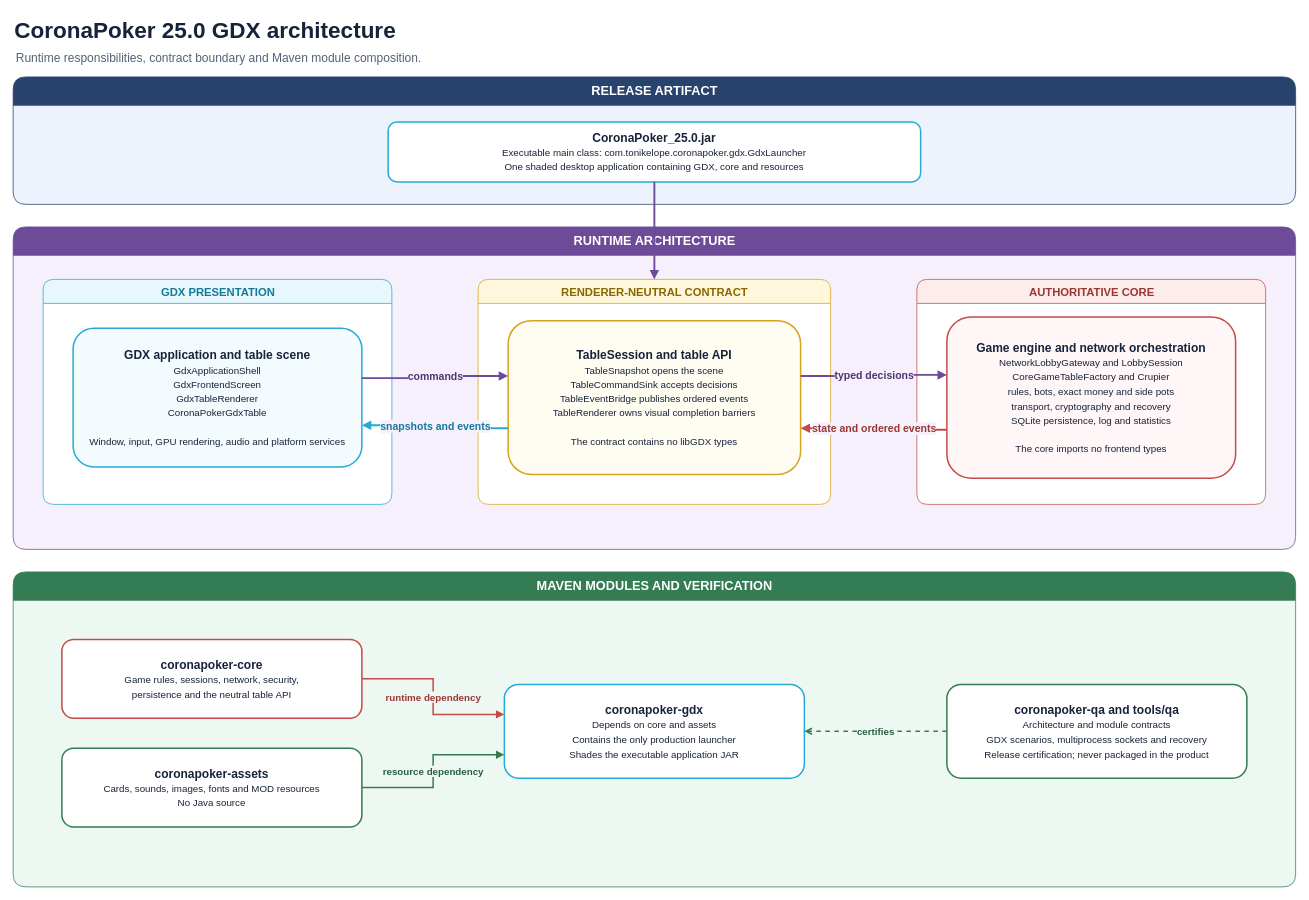
tonikelope/coronapoker keeps this draw.io diagram as docs/diagrams/coronapoker-module-map.drawio. Above is the earlier version. Source tidied: cells renumbered, new cells numbered last; positions are measured from the earlier drawing's top-left corner, leaving out a move shared by most shapes. Both pictures are drawn from the tidied source at 75%, with x=0, y=0 at pixel (13, 13).
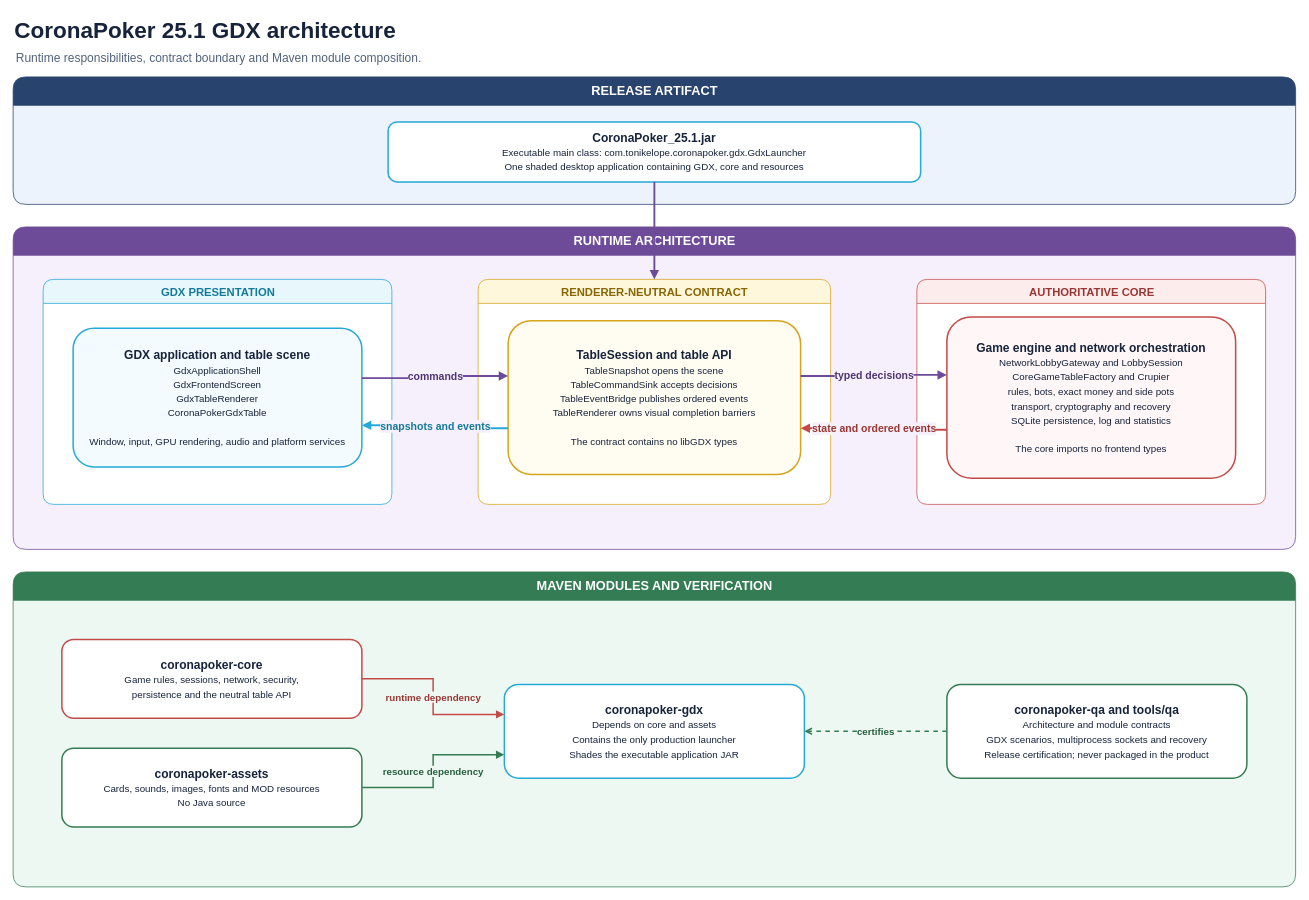
Above is the later version.

Change to the diagram source:
```diff
@@
-    <mxCell id="2" value="CoronaPoker 25.0 GDX architecture" style="text;html=1;strokeColor=none;fillColor=none;align=left;verticalAlign=middle;fontSize=30;fontStyle=1;fontColor=#17233B;" parent="1" vertex="1">
+    <mxCell id="2" value="CoronaPoker 25.1 GDX architecture" style="text;html=1;strokeColor=none;fillColor=none;align=left;verticalAlign=middle;fontSize=30;fontStyle=1;fontColor=#17233B;" parent="1" vertex="1">
       <mxGeometry width="1050" height="45" as="geometry" />
     </mxCell>
@@
-    <mxCell id="5" value="&lt;b&gt;CoronaPoker_25.0.jar&lt;/b&gt;&lt;br&gt;&lt;font size=&quot;2&quot;&gt;Executable main class: com.tonikelope.coronapoker.gdx.GdxLauncher&lt;br&gt;One shaded desktop application containing GDX, core and resources&lt;/font&gt;" style="rounded=1;whiteSpace=wrap;html=1;fillColor=#FFFFFF;strokeColor=#25A9D6;strokeWidth=2;fontColor=#17233B;fontSize=16;" parent="1" vertex="1">
+    <mxCell id="5" value="&lt;b&gt;CoronaPoker_25.1.jar&lt;/b&gt;&lt;br&gt;&lt;font size=&quot;2&quot;&gt;Executable main class: com.tonikelope.coronapoker.gdx.GdxLauncher&lt;br&gt;One shaded desktop application containing GDX, core and resources&lt;/font&gt;" style="rounded=1;whiteSpace=wrap;html=1;fillColor=#FFFFFF;strokeColor=#25A9D6;strokeWidth=2;fontColor=#17233B;fontSize=16;" parent="1" vertex="1">
       <mxGeometry x="500" y="145" width="710" height="80" as="geometry" />
     </mxCell>
```
